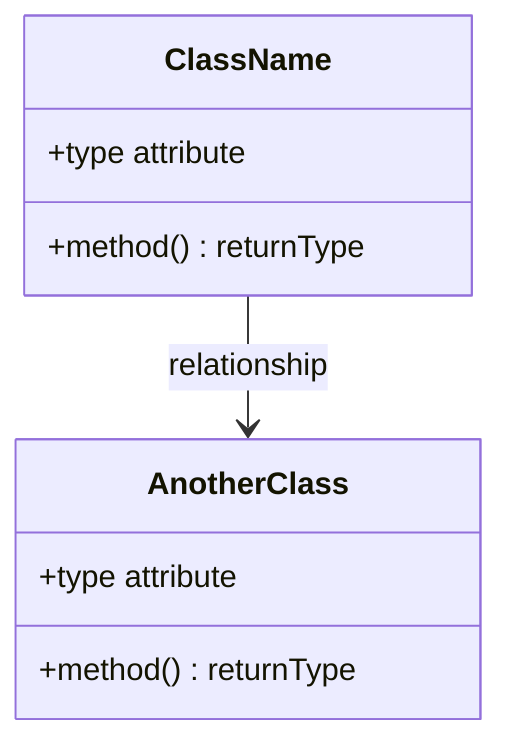
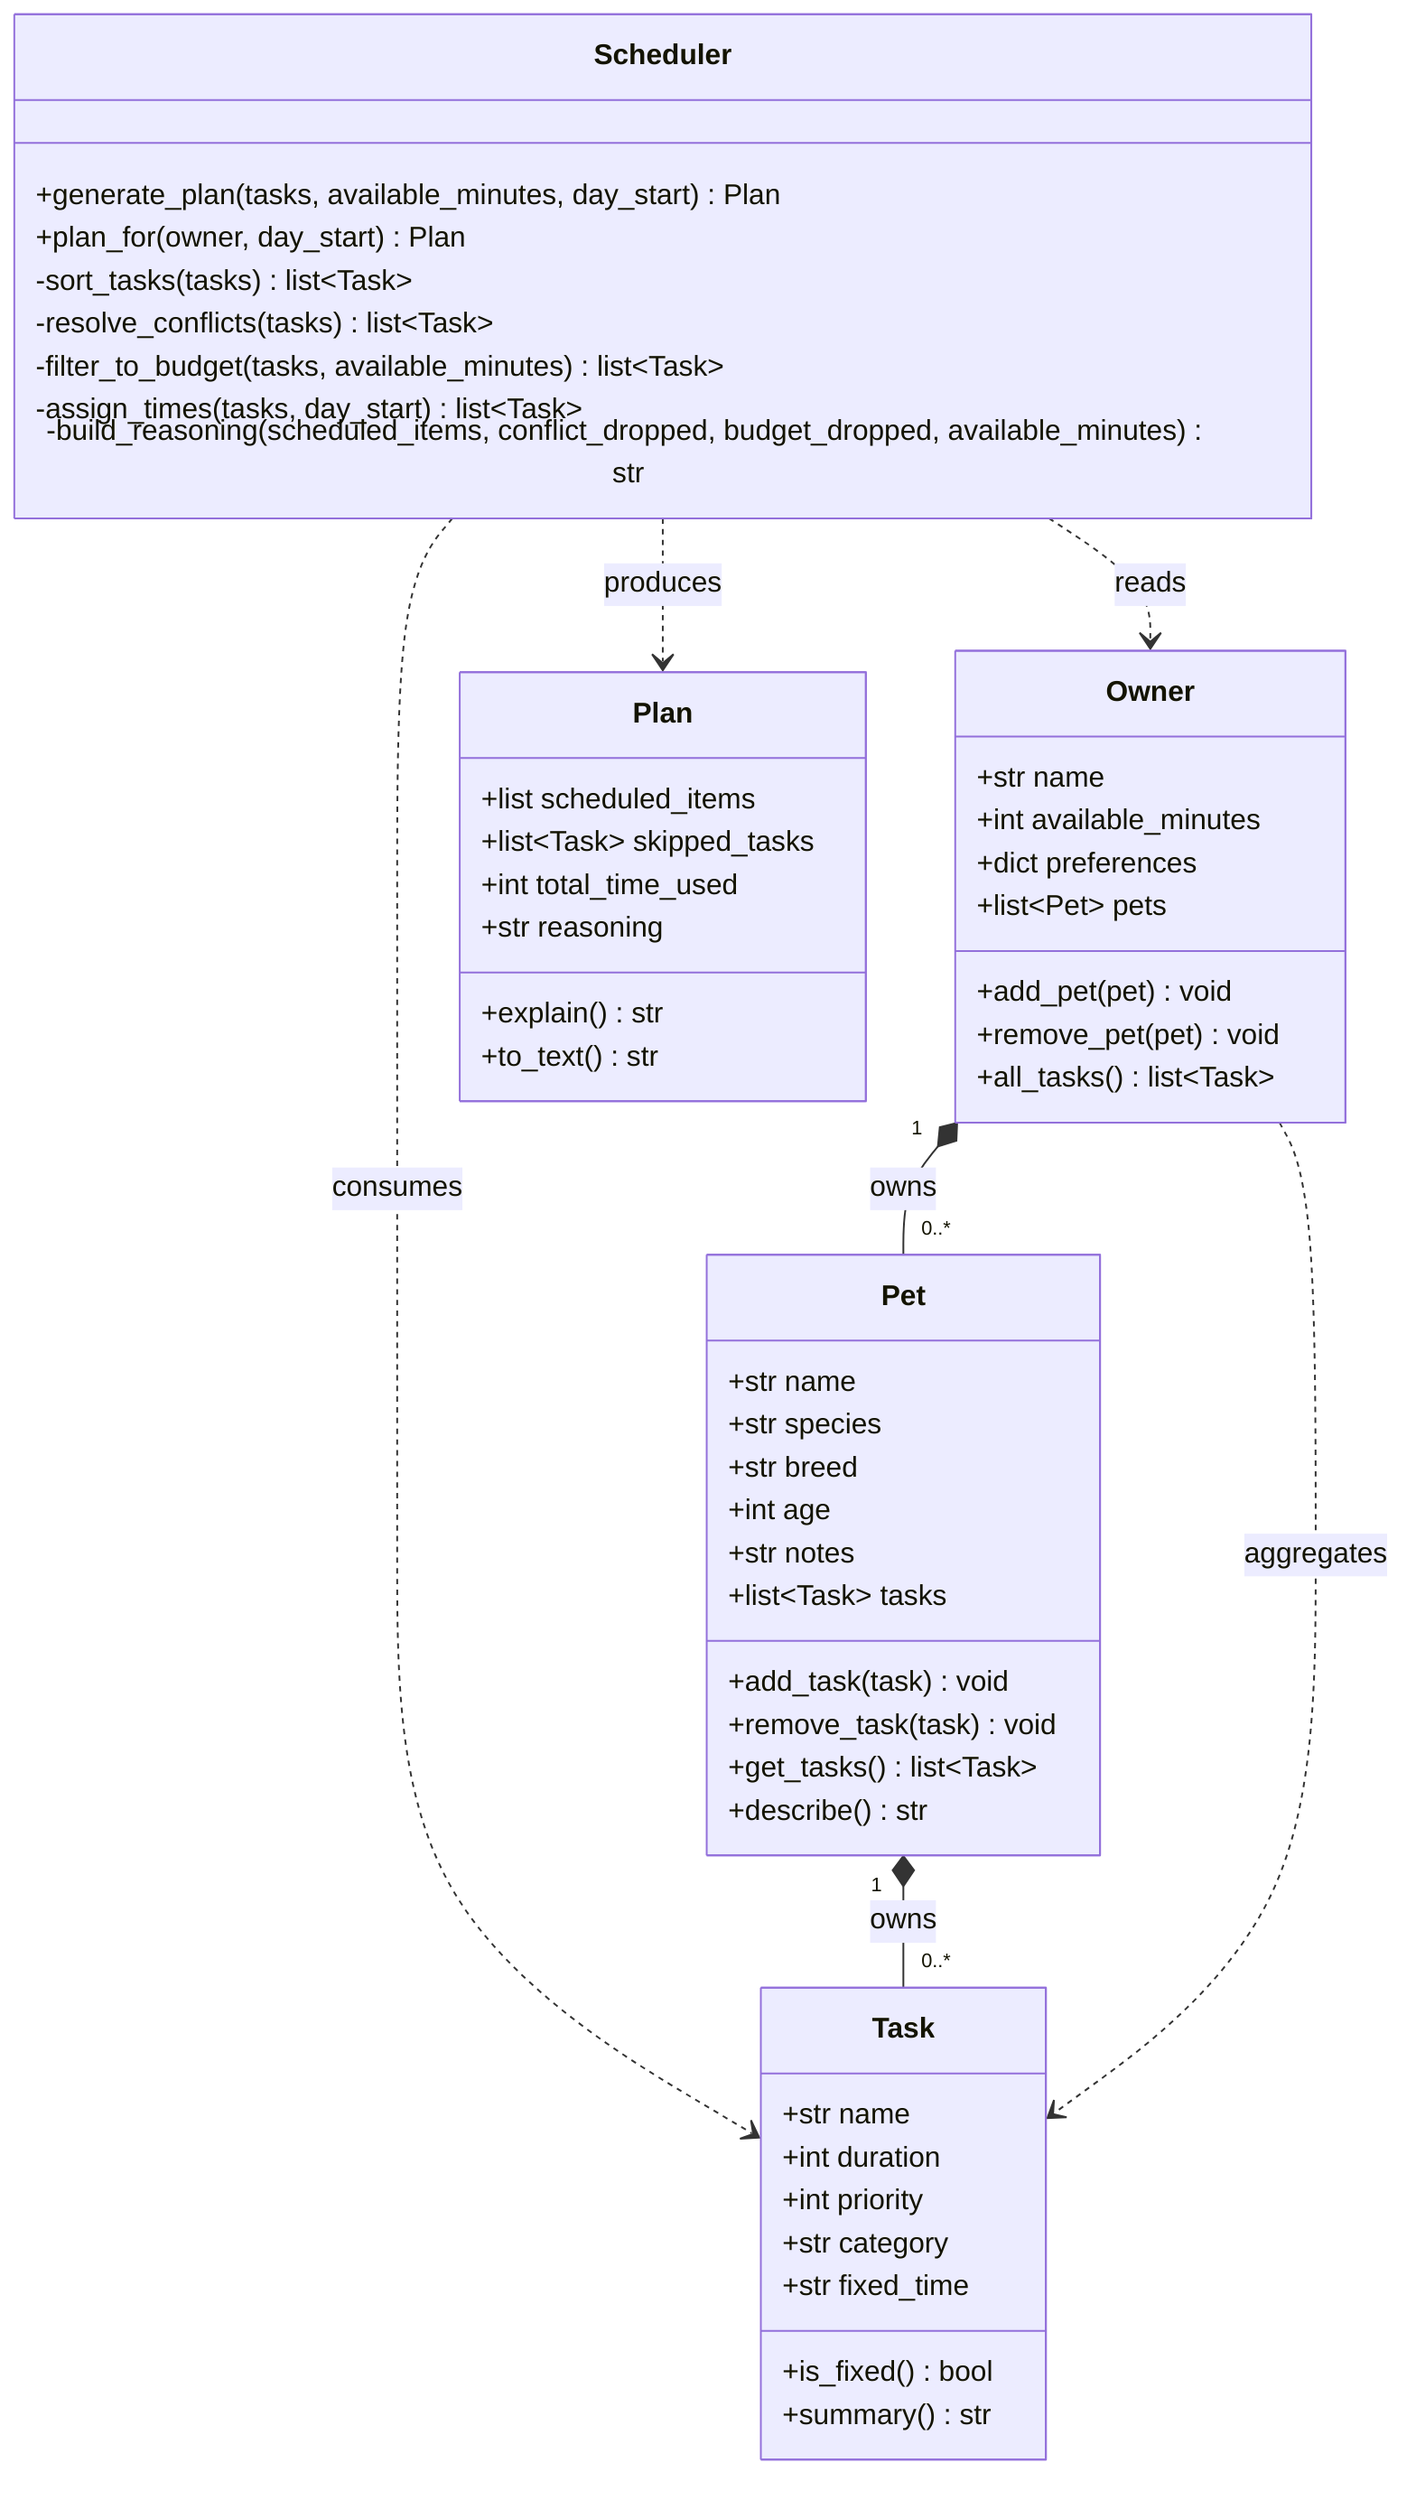
classDiagram
-     %% Replace the placeholders below with your actual classes, attributes, methods, and relationships.
-     %% Keep this file updated so it matches your final implementation.
+     %% PawPal+ class design
+     %% Ownership: Owner -> Pet -> Task (composition)
+     %% Scheduler consumes tasks and produces a Plan; it owns no data.

-     class ClassName {
-         +type attribute
-         +method() returnType
+     class Owner {
+         +str name
+         +int available_minutes
+         +dict preferences
+         +list~Pet~ pets
+         +add_pet(pet) void
+         +remove_pet(pet) void
+         +all_tasks() list~Task~
    }

-     class AnotherClass {
-         +type attribute
-         +method() returnType
+     class Pet {
+         +str name
+         +str species
+         +str breed
+         +int age
+         +str notes
+         +list~Task~ tasks
+         +add_task(task) void
+         +remove_task(task) void
+         +get_tasks() list~Task~
+         +describe() str
    }

-     ClassName --> AnotherClass : relationship
+     class Task {
+         +str name
+         +int duration
+         +int priority
+         +str category
+         +str fixed_time
+         +is_fixed() bool
+         +summary() str
+     }
+ 
+     class Scheduler {
+         +generate_plan(tasks, available_minutes, day_start) Plan
+         +plan_for(owner, day_start) Plan
+         -sort_tasks(tasks) list~Task~
+         -resolve_conflicts(tasks) list~Task~
+         -filter_to_budget(tasks, available_minutes) list~Task~
+         -assign_times(tasks, day_start) list~Task~
+         -build_reasoning(scheduled_items, conflict_dropped, budget_dropped, available_minutes) str
+     }
+ 
+     class Plan {
+         +list scheduled_items
+         +list~Task~ skipped_tasks
+         +int total_time_used
+         +str reasoning
+         +explain() str
+         +to_text() str
+     }
+ 
+     Owner "1" *-- "0..*" Pet : owns
+     Pet "1" *-- "0..*" Task : owns
+     Scheduler ..> Task : consumes
+     Scheduler ..> Plan : produces
+     Scheduler ..> Owner : reads
+     Owner ..> Task : aggregates
